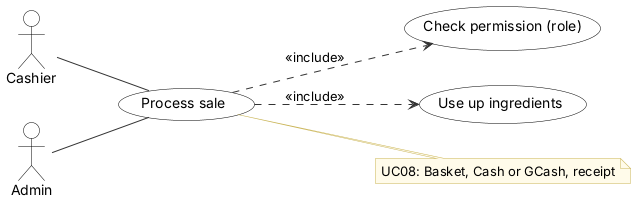
The PlantUML diagram diagrams/uml/14_UC08_process_sale.png in JmlAsync/inventory-pos-system, before a commit. Source of this version:
```plantuml
@startuml
skinparam defaultFontName Arial
skinparam shadowing false
skinparam ArrowColor #333333
skinparam rectangle {
  BackgroundColor White
  BorderColor Black
}
skinparam usecase {
  BackgroundColor White
  BorderColor Black
}
skinparam class {
  BackgroundColor White
  BorderColor Black
  HeaderBackgroundColor #E6F1EE
}
skinparam activity {
  BackgroundColor White
  BorderColor Black
}
skinparam state {
  BackgroundColor White
  BorderColor Black
}
skinparam sequence {
  ParticipantBackgroundColor White
  ParticipantBorderColor Black
  LifeLineBorderColor #888888
  ActorBorderColor Black
  ActorBackgroundColor White
}
skinparam note {
  BackgroundColor #FFFBEA
  BorderColor #C9B458
}
skinparam swimlaneWidth same
hide circle

left to right direction
actor "Cashier" as Cashier
actor "Admin" as Admin
usecase "Process sale" as U
usecase "Check permission (role)" as I0
U ..> I0 : <<include>>
usecase "Use up ingredients" as I1
U ..> I1 : <<include>>
Cashier -- U
Admin -- U
note right of U
  UC08: Basket, Cash or GCash, receipt
end note
@enduml
```
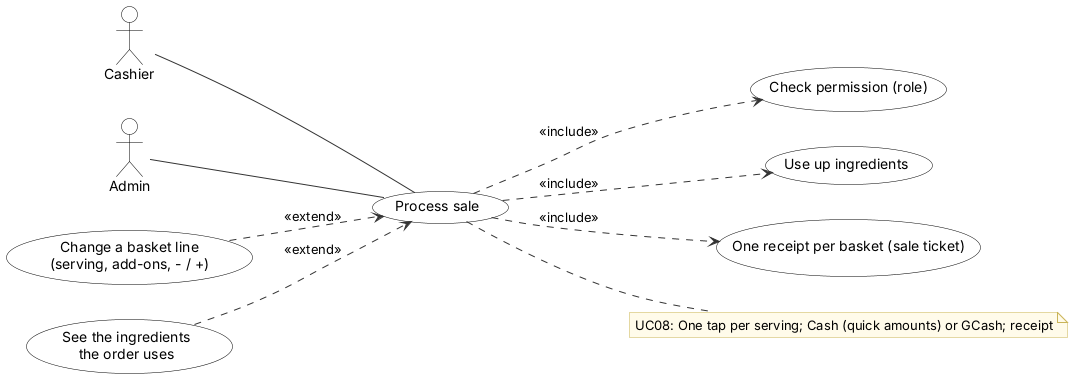
The same file after the commit.

The edit, as a diff of the source:
```diff
@@ -45,9 +45,15 @@
 U ..> I0 : <<include>>
 usecase "Use up ingredients" as I1
 U ..> I1 : <<include>>
+usecase "One receipt per basket (sale ticket)" as I2
+U ..> I2 : <<include>>
 Cashier -- U
 Admin -- U
+usecase "Change a basket line\n(serving, add-ons, - / +)" as E1
+usecase "See the ingredients\nthe order uses" as E2
+E1 ..> U : <<extend>>
+E2 ..> U : <<extend>>
 note right of U
-  UC08: Basket, Cash or GCash, receipt
+  UC08: One tap per serving; Cash (quick amounts) or GCash; receipt
 end note
 @enduml
```
